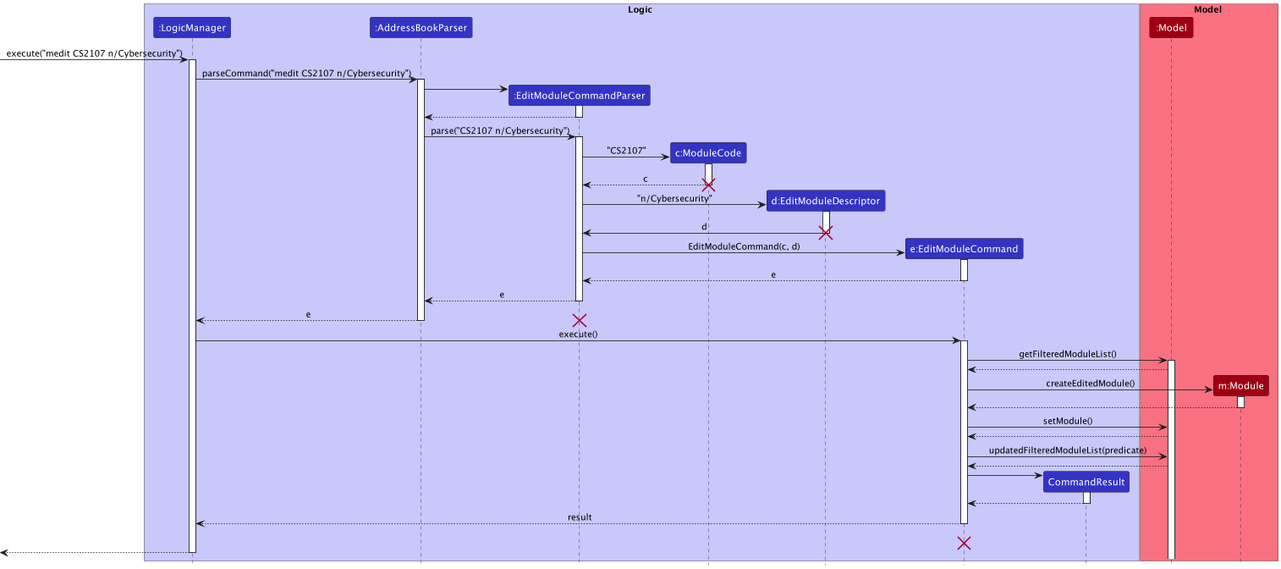
Earlier version of the PlantUML export docs/images/EditModuleSequenceDiagram.png (nus-cs2103-AY2223S1/tp). The source it was exported from:
```plantuml
@startuml
!include style.puml

box Logic LOGIC_COLOR_T1
participant ":LogicManager" as LogicManager LOGIC_COLOR
participant ":AddressBookParser" as AddressBookParser LOGIC_COLOR
participant ":EditModuleCommandParser" as EditModuleCommandParser LOGIC_COLOR
participant "c:ModuleCode" as ModuleCode LOGIC_COLOR
participant "d:EditModuleDescriptor" as EditModuleDescriptor LOGIC_COLOR
participant "e:EditModuleCommand" as EditModuleCommand LOGIC_COLOR
participant "CommandResult" as CommandResult LOGIC_COLOR
end box

box Model MODEL_COLOR_T1
participant ":Model" as Model MODEL_COLOR
participant "m:Module" as Module MODEL_COLOR
end box

[-> LogicManager : execute("medit CS2107 n/Cybersecurity")
activate LogicManager

LogicManager -> AddressBookParser : parseCommand("medit CS2107 n/Cybersecurity")
activate AddressBookParser

create EditModuleCommandParser
AddressBookParser -> EditModuleCommandParser
activate EditModuleCommandParser

EditModuleCommandParser --> AddressBookParser
deactivate EditModuleCommandParser

AddressBookParser -> EditModuleCommandParser : parse("CS2107 n/Cybersecurity")
activate EditModuleCommandParser

create ModuleCode
EditModuleCommandParser -> ModuleCode : "CS2107"
activate ModuleCode

ModuleCode --> EditModuleCommandParser : c
deactivate ModuleCode
destroy ModuleCode

create EditModuleDescriptor
EditModuleCommandParser -> EditModuleDescriptor : "n/Cybersecurity"
activate EditModuleDescriptor

EditModuleDescriptor -> EditModuleCommandParser : d
deactivate EditModuleDescriptor
destroy EditModuleDescriptor

create EditModuleCommand
EditModuleCommandParser -> EditModuleCommand : EditModuleCommand(c, d)
activate EditModuleCommand

EditModuleCommand --> EditModuleCommandParser : e
deactivate EditModuleCommand

EditModuleCommandParser --> AddressBookParser : e
deactivate EditModuleCommandParser

AddressBookParser --> LogicManager : e
destroy EditModuleCommandParser
deactivate AddressBookParser

LogicManager -> EditModuleCommand : execute()
activate EditModuleCommand

EditModuleCommand -> Model : getFilteredModuleList()
activate Model

Model --> EditModuleCommand

create Module
EditModuleCommand -> Module : createEditedModule()
activate Module

Module --> EditModuleCommand
deactivate Module

EditModuleCommand -> Model : setModule()

Model --> EditModuleCommand

EditModuleCommand -> Model : updatedFilteredModuleList(predicate)
Model --> EditModuleCommand



create CommandResult
EditModuleCommand -> CommandResult
activate CommandResult

CommandResult --> EditModuleCommand
deactivate CommandResult

EditModuleCommand --> LogicManager : result
deactivate EditModuleCommand
EditModuleCommand -[hidden]-> LogicManager : result
destroy EditModuleCommand

[<--LogicManager
deactivate LogicManager
@enduml
```
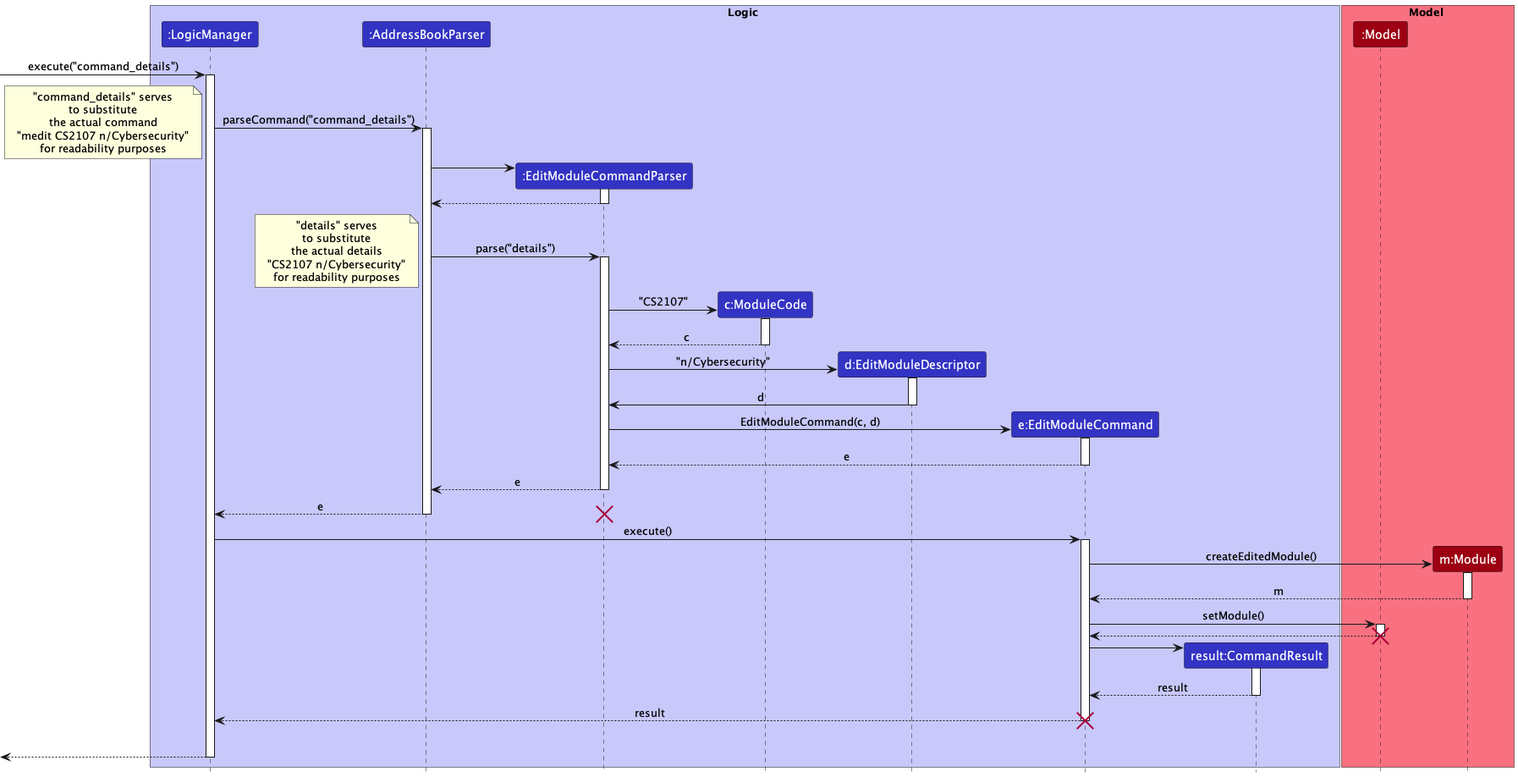
The same diagram one commit later.

Commit message:
Update image to correct one for editmodulesequencediagram

Change to the diagram source:
```diff
@@ -8,7 +8,7 @@
 participant "c:ModuleCode" as ModuleCode LOGIC_COLOR
 participant "d:EditModuleDescriptor" as EditModuleDescriptor LOGIC_COLOR
 participant "e:EditModuleCommand" as EditModuleCommand LOGIC_COLOR
-participant "CommandResult" as CommandResult LOGIC_COLOR
+participant "result:CommandResult" as CommandResult LOGIC_COLOR
 end box
 
 box Model MODEL_COLOR_T1
@@ -16,10 +16,17 @@
 participant "m:Module" as Module MODEL_COLOR
 end box
 
-[-> LogicManager : execute("medit CS2107 n/Cybersecurity")
+[-> LogicManager : execute("command_details")
 activate LogicManager
 
-LogicManager -> AddressBookParser : parseCommand("medit CS2107 n/Cybersecurity")
+LogicManager -> AddressBookParser : parseCommand("command_details")
+note left
+"command_details" serves
+to substitute
+the actual command
+"medit CS2107 n/Cybersecurity"
+for readability purposes
+end note
 activate AddressBookParser
 
 create EditModuleCommandParser
@@ -29,7 +36,14 @@
 EditModuleCommandParser --> AddressBookParser
 deactivate EditModuleCommandParser
 
-AddressBookParser -> EditModuleCommandParser : parse("CS2107 n/Cybersecurity")
+AddressBookParser -> EditModuleCommandParser : parse("details")
+note left
+"details" serves
+to substitute
+the actual details
+"CS2107 n/Cybersecurity"
+for readability purposes
+end note
 activate EditModuleCommandParser
 
 create ModuleCode
@@ -38,7 +52,6 @@
 
 ModuleCode --> EditModuleCommandParser : c
 deactivate ModuleCode
-destroy ModuleCode
 
 create EditModuleDescriptor
 EditModuleCommandParser -> EditModuleDescriptor : "n/Cybersecurity"
@@ -46,7 +59,6 @@
 
 EditModuleDescriptor -> EditModuleCommandParser : d
 deactivate EditModuleDescriptor
-destroy EditModuleDescriptor
 
 create EditModuleCommand
 EditModuleCommandParser -> EditModuleCommand : EditModuleCommand(c, d)
@@ -65,38 +77,32 @@
 LogicManager -> EditModuleCommand : execute()
 activate EditModuleCommand
 
-EditModuleCommand -> Model : getFilteredModuleList()
-activate Model
-
-Model --> EditModuleCommand
-
 create Module
 EditModuleCommand -> Module : createEditedModule()
 activate Module
 
-Module --> EditModuleCommand
+Module --> EditModuleCommand : m
 deactivate Module
 
 EditModuleCommand -> Model : setModule()
+activate Model
 
 Model --> EditModuleCommand
-
-EditModuleCommand -> Model : updatedFilteredModuleList(predicate)
-Model --> EditModuleCommand
-
-
+deactivate Model
+destroy Model
 
 create CommandResult
 EditModuleCommand -> CommandResult
 activate CommandResult
 
-CommandResult --> EditModuleCommand
+CommandResult --> EditModuleCommand : result
 deactivate CommandResult
 
 EditModuleCommand --> LogicManager : result
 deactivate EditModuleCommand
+destroy EditModuleCommand
 EditModuleCommand -[hidden]-> LogicManager : result
-destroy EditModuleCommand
+
 
 [<--LogicManager
 deactivate LogicManager
```
